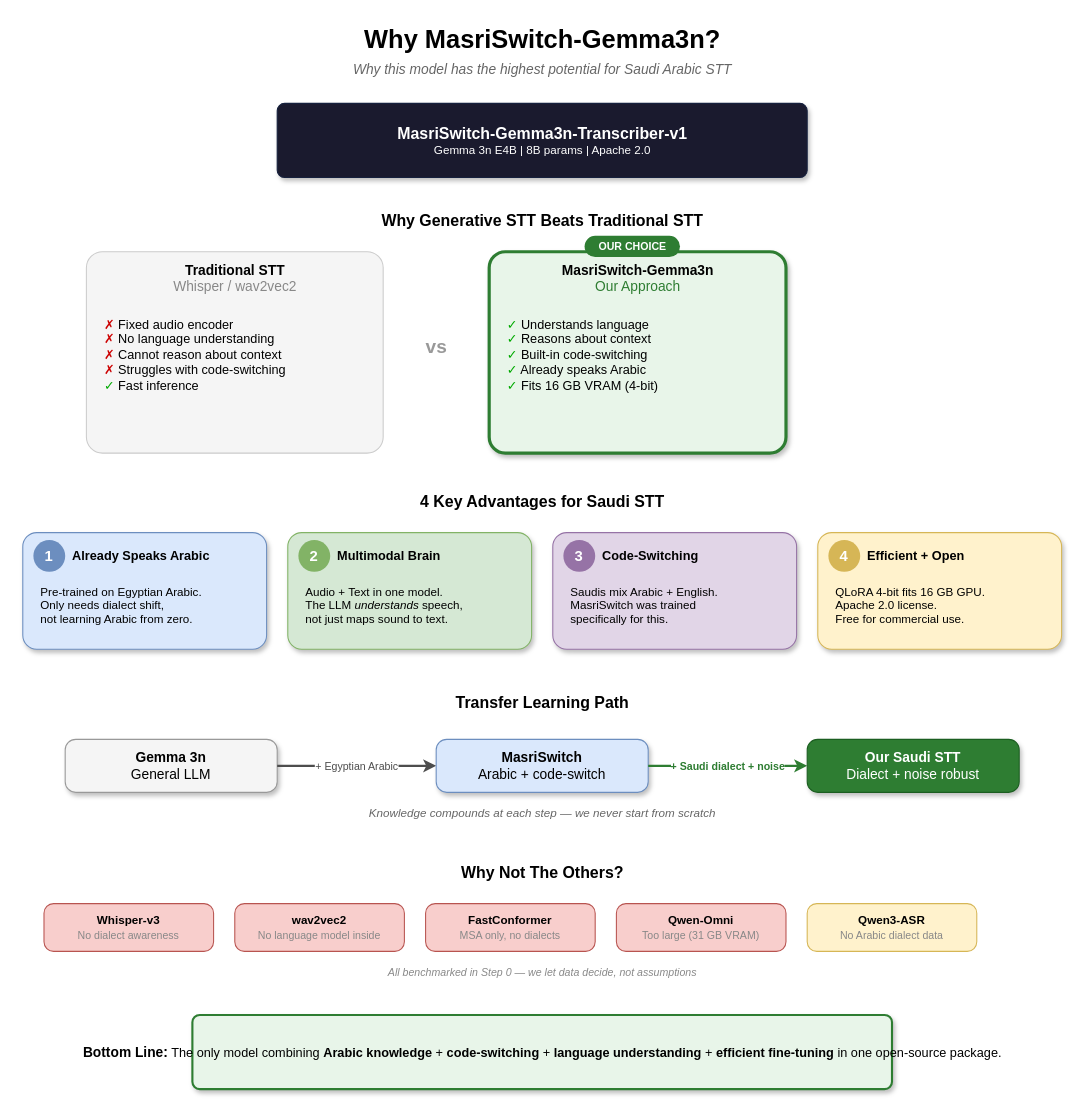
The draw.io diagram page "Why MasriSwitch-Gemma3n" (2 of 2) of docs/STT_Pipeline_Diagram.drawio in RaneemAlthaqafi/STT_Saudi, before the edit. Source tidied: cells renumbered, new cells numbered last; positions are measured from the earlier drawing's top-left corner, leaving out a move shared by most shapes. Both pictures are drawn from the tidied source at 106%, with x=0, y=0 at pixel (22, 18).
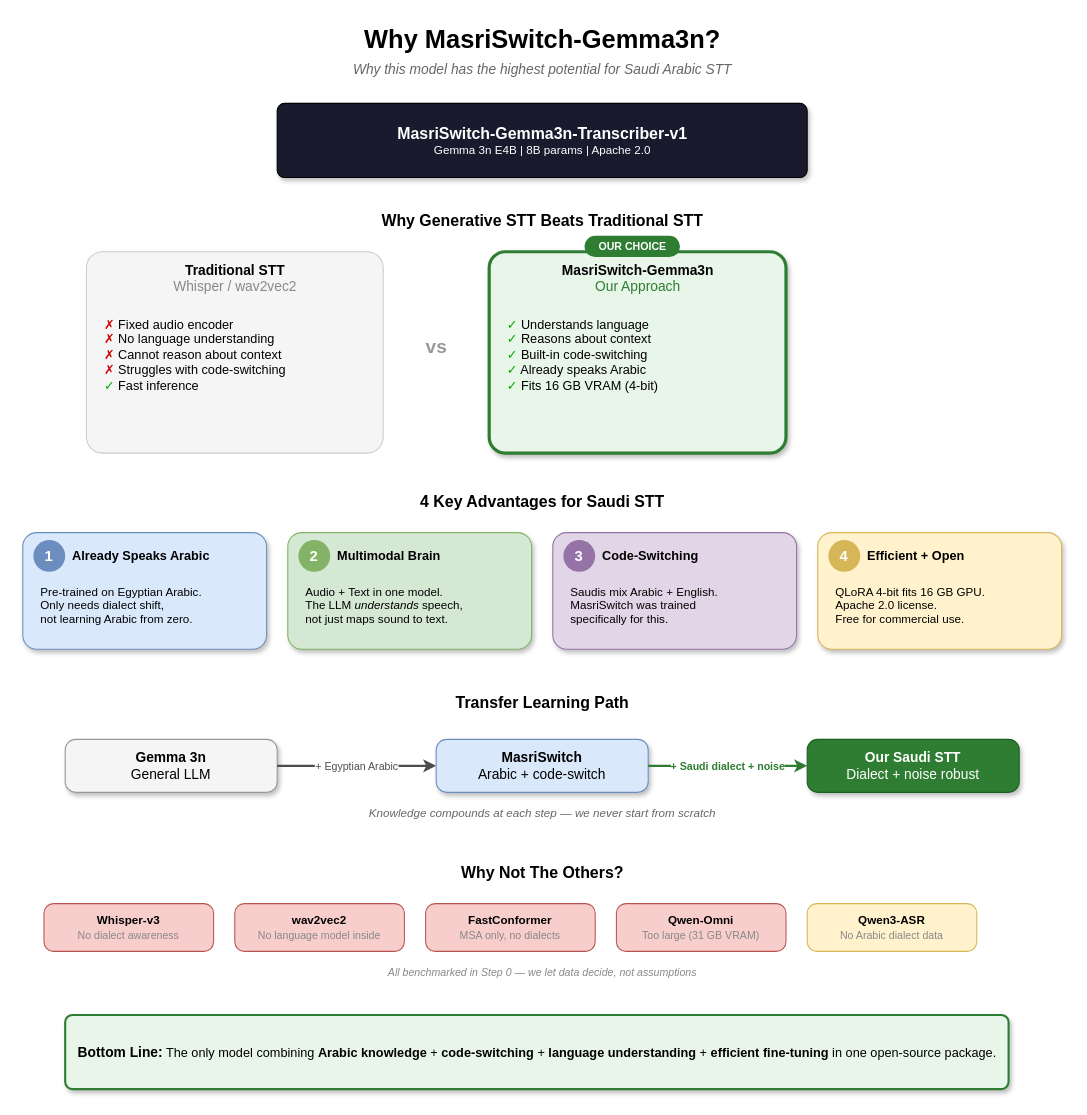
The same page after the edit.

What changed in the source:
```diff
@@
-    <mxCell id="4" style="rounded=1;whiteSpace=wrap;html=1;fillColor=#1a1a2e;strokeColor=#16213e;shadow=1;arcSize=10;" parent="1" vertex="1">
+    <mxCell id="4" style="rounded=1;whiteSpace=wrap;html=1;fillColor=#1a1a2e;strokeColor=#000000;shadow=1;arcSize=10;" parent="1" vertex="1">
       <mxGeometry x="240" y="80" width="500" height="70" as="geometry" />
     </mxCell>
@@
     <mxCell id="46" style="rounded=1;whiteSpace=wrap;html=1;fillColor=#e8f5e9;strokeColor=#2e7d32;strokeWidth=2;arcSize=10;shadow=1;" parent="1" vertex="1">
-      <mxGeometry x="160" y="940" width="660" height="70" as="geometry" />
+      <mxGeometry x="40" y="940" width="890" height="70" as="geometry" />
     </mxCell>
     <mxCell id="47" value="&lt;b style=&quot;font-size:13px&quot;&gt;Bottom Line:&lt;/b&gt; The only model combining &lt;b&gt;Arabic knowledge&lt;/b&gt; + &lt;b&gt;code-switching&lt;/b&gt; + &lt;b&gt;language understanding&lt;/b&gt; + &lt;b&gt;efficient fine-tuning&lt;/b&gt; in one open-source package." style="text;html=1;align=center;verticalAlign=middle;fontSize=12;strokeColor=none;fillColor=none;" parent="1" vertex="1">
-      <mxGeometry x="170" y="945" width="640" height="60" as="geometry" />
+      <mxGeometry x="160" y="945" width="650" height="60" as="geometry" />
     </mxCell>
```
